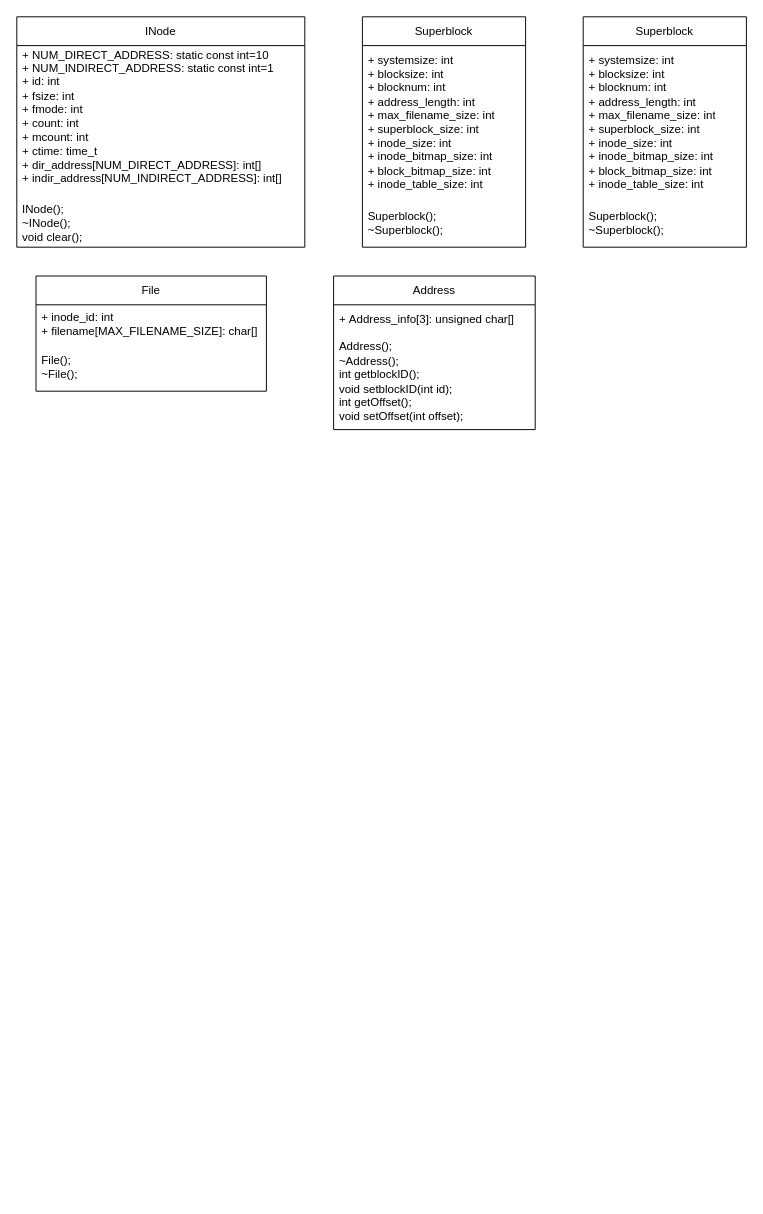
The draw.io diagram Class Diagram.drawio in MinkunZhao/SE_lab1, before the edit. Source tidied: cells renumbered, new cells numbered last; positions are measured from the earlier drawing's top-left corner, leaving out a move shared by most shapes. Both pictures are drawn from the tidied source at 96%, with x=0, y=0 at pixel (16, 16).
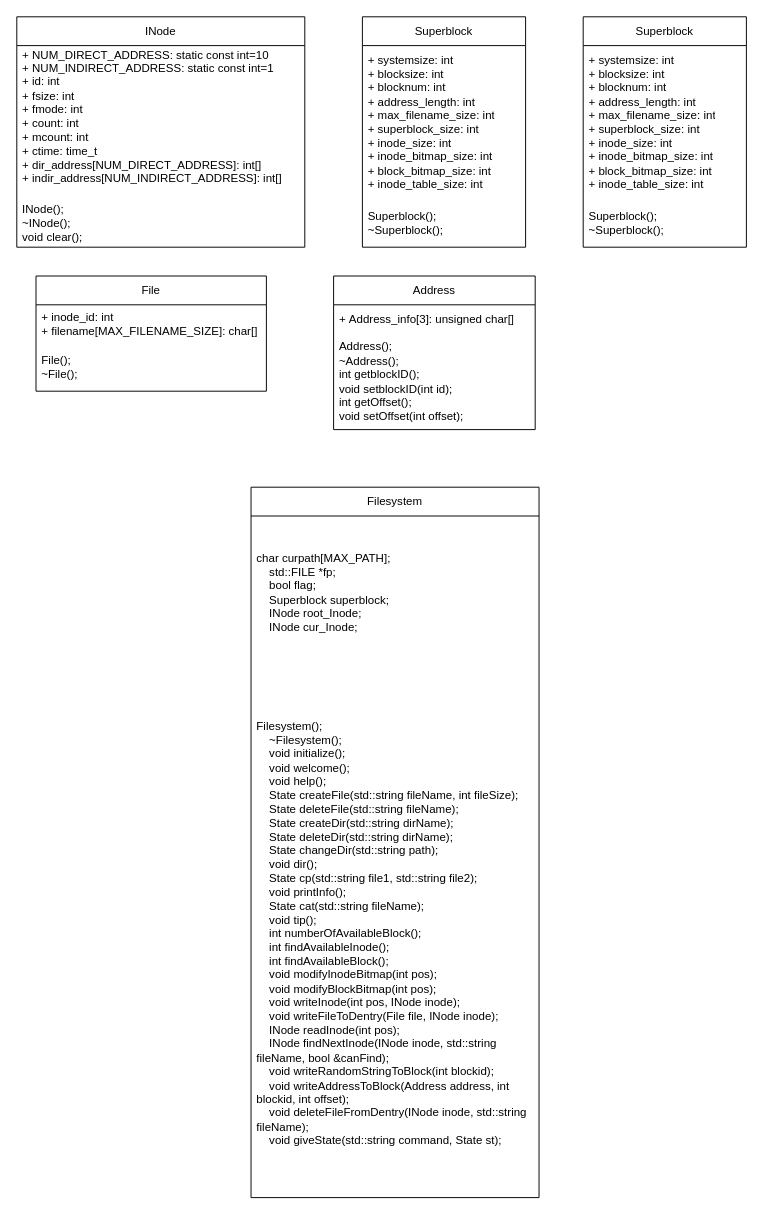
The same page after the edit.

Change to the diagram source:
```diff
@@
 <mxGraphModel>
   <root>
     <mxCell id="0" />
     <mxCell id="1" parent="0" />
     <mxCell id="2" value="INode" style="swimlane;fontStyle=0;horizontal=1;startSize=30;whiteSpace=wrap;html=1;" parent="1" vertex="1">
       <mxGeometry width="300" height="240" as="geometry" />
     </mxCell>
     <mxCell id="3" value="+ NUM_DIRECT_ADDRESS:&amp;nbsp;static const int=10&lt;br&gt;+ NUM_INDIRECT_ADDRESS:&amp;nbsp;static const int=1&lt;br&gt;&lt;div&gt;+ id: int&lt;/div&gt;&lt;div&gt;&lt;span style=&quot;background-color: initial;&quot;&gt;+ fsize: int&lt;/span&gt;&lt;/div&gt;&lt;div&gt;+ fmode: int&lt;/div&gt;&lt;div&gt;+ count: int&lt;/div&gt;&lt;div&gt;+ mcount: int&lt;/div&gt;&lt;div&gt;&lt;span style=&quot;background-color: initial;&quot;&gt;+ ctime: time_t&lt;/span&gt;&lt;/div&gt;&lt;div&gt;&lt;span style=&quot;background-color: initial;&quot;&gt;+ dir_address[NUM_DIRECT_ADDRESS]: int[]&lt;/span&gt;&lt;/div&gt;&lt;div&gt;+ indir_address[NUM_INDIRECT_ADDRESS]: int[]&lt;/div&gt;&lt;div&gt;&lt;br&gt;&lt;/div&gt;" style="text;strokeColor=none;fillColor=none;align=left;verticalAlign=middle;spacingLeft=4;spacingRight=4;overflow=hidden;whiteSpace=wrap;html=1;" parent="2" vertex="1">
       <mxGeometry y="30" width="300" height="160" as="geometry" />
     </mxCell>
     <mxCell id="4" value="INode();&lt;div&gt;~INode();&lt;/div&gt;&lt;div&gt;void clear();&lt;/div&gt;" style="text;strokeColor=none;fillColor=none;align=left;verticalAlign=middle;spacingLeft=4;spacingRight=4;overflow=hidden;whiteSpace=wrap;html=1;" parent="2" vertex="1">
       <mxGeometry y="190" width="300" height="50" as="geometry" />
     </mxCell>
     <mxCell id="5" value="Superblock" style="swimlane;fontStyle=0;horizontal=1;startSize=30;whiteSpace=wrap;html=1;" parent="1" vertex="1">
       <mxGeometry x="360" width="170" height="240" as="geometry" />
     </mxCell>
     <mxCell id="6" value="+ systemsize: int&lt;br&gt;&lt;div&gt;+ blocksize: int&lt;/div&gt;&lt;div&gt;+ blocknum: int&lt;/div&gt;&lt;div&gt;+ address_length: int&lt;/div&gt;&lt;div&gt;+ max_filename_size: int&lt;/div&gt;&lt;div&gt;+ superblock_size: int&lt;/div&gt;&lt;div&gt;+ inode_size: int&lt;/div&gt;&lt;div&gt;+ inode_bitmap_size: int&lt;/div&gt;&lt;div&gt;+ block_bitmap_size: int&lt;/div&gt;&lt;div&gt;+ inode_table_size: int&lt;/div&gt;" style="text;strokeColor=none;fillColor=none;align=left;verticalAlign=middle;spacingLeft=4;spacingRight=4;overflow=hidden;whiteSpace=wrap;html=1;" parent="5" vertex="1">
       <mxGeometry y="30" width="170" height="160" as="geometry" />
     </mxCell>
     <mxCell id="7" value="&lt;div&gt;Superblock();&lt;/div&gt;&lt;div&gt;~Superblock();&lt;/div&gt;" style="text;strokeColor=none;fillColor=none;align=left;verticalAlign=middle;spacingLeft=4;spacingRight=4;overflow=hidden;whiteSpace=wrap;html=1;" parent="5" vertex="1">
       <mxGeometry y="190" width="170" height="50" as="geometry" />
     </mxCell>
     <mxCell id="8" value="Superblock" style="swimlane;fontStyle=0;horizontal=1;startSize=30;whiteSpace=wrap;html=1;" parent="1" vertex="1">
       <mxGeometry x="590" width="170" height="240" as="geometry" />
     </mxCell>
     <mxCell id="9" value="+ systemsize: int&lt;br&gt;&lt;div&gt;+ blocksize: int&lt;/div&gt;&lt;div&gt;+ blocknum: int&lt;/div&gt;&lt;div&gt;+ address_length: int&lt;/div&gt;&lt;div&gt;+ max_filename_size: int&lt;/div&gt;&lt;div&gt;+ superblock_size: int&lt;/div&gt;&lt;div&gt;+ inode_size: int&lt;/div&gt;&lt;div&gt;+ inode_bitmap_size: int&lt;/div&gt;&lt;div&gt;+ block_bitmap_size: int&lt;/div&gt;&lt;div&gt;+ inode_table_size: int&lt;/div&gt;" style="text;strokeColor=none;fillColor=none;align=left;verticalAlign=middle;spacingLeft=4;spacingRight=4;overflow=hidden;whiteSpace=wrap;html=1;" parent="8" vertex="1">
       <mxGeometry y="30" width="170" height="160" as="geometry" />
     </mxCell>
     <mxCell id="10" value="&lt;div&gt;Superblock();&lt;/div&gt;&lt;div&gt;~Superblock();&lt;/div&gt;" style="text;strokeColor=none;fillColor=none;align=left;verticalAlign=middle;spacingLeft=4;spacingRight=4;overflow=hidden;whiteSpace=wrap;html=1;" parent="8" vertex="1">
       <mxGeometry y="190" width="170" height="50" as="geometry" />
     </mxCell>
     <mxCell id="11" value="File" style="swimlane;fontStyle=0;horizontal=1;startSize=30;whiteSpace=wrap;html=1;" parent="1" vertex="1">
       <mxGeometry x="20" y="270" width="240" height="120" as="geometry" />
     </mxCell>
     <mxCell id="12" value="+ inode_id: int&lt;br&gt;&lt;div&gt;+ filename[MAX_FILENAME_SIZE]: char[]&lt;/div&gt;" style="text;strokeColor=none;fillColor=none;align=left;verticalAlign=middle;spacingLeft=4;spacingRight=4;overflow=hidden;whiteSpace=wrap;html=1;" parent="11" vertex="1">
       <mxGeometry y="30" width="240" height="40" as="geometry" />
     </mxCell>
     <mxCell id="13" value="&lt;div&gt;File();&lt;/div&gt;&lt;div&gt;~File();&lt;/div&gt;" style="text;strokeColor=none;fillColor=none;align=left;verticalAlign=middle;spacingLeft=4;spacingRight=4;overflow=hidden;whiteSpace=wrap;html=1;" parent="11" vertex="1">
       <mxGeometry y="70" width="240" height="50" as="geometry" />
     </mxCell>
     <mxCell id="14" value="Address" style="swimlane;fontStyle=0;horizontal=1;startSize=30;whiteSpace=wrap;html=1;" parent="1" vertex="1">
       <mxGeometry x="330" y="270" width="210" height="160" as="geometry" />
     </mxCell>
     <mxCell id="15" value="&lt;span style=&quot;background-color: initial;&quot;&gt;+&amp;nbsp;Address_info&lt;/span&gt;&lt;span style=&quot;background-color: initial;&quot;&gt;[3]: unsigned char[]&lt;/span&gt;" style="text;strokeColor=none;fillColor=none;align=left;verticalAlign=middle;spacingLeft=4;spacingRight=4;overflow=hidden;whiteSpace=wrap;html=1;" parent="14" vertex="1">
       <mxGeometry y="30" width="210" height="30" as="geometry" />
     </mxCell>
     <mxCell id="16" value="&lt;div&gt;Address();&lt;/div&gt;&lt;div&gt;~Address();&lt;span style=&quot;&quot;&gt;&lt;/span&gt;&lt;/div&gt;&lt;div&gt;&lt;span style=&quot;&quot;&gt;int getblockID();&lt;/span&gt;&lt;/div&gt;&lt;div&gt;&lt;span style=&quot;&quot;&gt;void setblockID(int id);&lt;/span&gt;&lt;/div&gt;&lt;div&gt;&lt;span style=&quot;&quot;&gt;int getOffset();&lt;/span&gt;&lt;/div&gt;&lt;div&gt;&lt;span style=&quot;&quot;&gt;void setOffset(int offset);&lt;/span&gt;&lt;/div&gt;" style="text;strokeColor=none;fillColor=none;align=left;verticalAlign=middle;spacingLeft=4;spacingRight=4;overflow=hidden;whiteSpace=wrap;html=1;" parent="14" vertex="1">
       <mxGeometry y="60" width="210" height="100" as="geometry" />
     </mxCell>
+    <mxCell id="17" value="Filesystem" style="swimlane;fontStyle=0;horizontal=1;startSize=30;whiteSpace=wrap;html=1;" parent="1" vertex="1">
+      <mxGeometry x="244" y="490" width="300" height="740" as="geometry" />
+    </mxCell>
+    <mxCell id="18" value="&lt;div&gt;char curpath[MAX_PATH];&lt;/div&gt;&lt;div&gt;&amp;nbsp; &amp;nbsp; std::FILE *fp;&lt;/div&gt;&lt;div&gt;&amp;nbsp; &amp;nbsp; bool flag;&lt;/div&gt;&lt;div&gt;&amp;nbsp; &amp;nbsp; Superblock superblock;&lt;/div&gt;&lt;div&gt;&amp;nbsp; &amp;nbsp; INode root_Inode;&lt;/div&gt;&lt;div&gt;&amp;nbsp; &amp;nbsp; INode cur_Inode;&lt;/div&gt;" style="text;strokeColor=none;fillColor=none;align=left;verticalAlign=middle;spacingLeft=4;spacingRight=4;overflow=hidden;whiteSpace=wrap;html=1;" parent="17" vertex="1">
+      <mxGeometry y="30" width="300" height="160" as="geometry" />
+    </mxCell>
+    <mxCell id="19" value="&lt;div&gt;Filesystem();&lt;/div&gt;&lt;div&gt;&amp;nbsp; &amp;nbsp; ~Filesystem();&lt;/div&gt;&lt;div&gt;&amp;nbsp; &amp;nbsp; void initialize();&lt;/div&gt;&lt;div&gt;&amp;nbsp; &amp;nbsp; void welcome();&lt;/div&gt;&lt;div&gt;&amp;nbsp; &amp;nbsp; void help();&lt;/div&gt;&lt;div&gt;&amp;nbsp; &amp;nbsp; State createFile(std::string fileName, int fileSize);&lt;/div&gt;&lt;div&gt;&amp;nbsp; &amp;nbsp; State deleteFile(std::string fileName);&lt;/div&gt;&lt;div&gt;&amp;nbsp; &amp;nbsp; State createDir(std::string dirName);&lt;/div&gt;&lt;div&gt;&amp;nbsp; &amp;nbsp; State deleteDir(std::string dirName);&lt;/div&gt;&lt;div&gt;&amp;nbsp; &amp;nbsp; State changeDir(std::string path);&lt;/div&gt;&lt;div&gt;&amp;nbsp; &amp;nbsp; void dir();&lt;/div&gt;&lt;div&gt;&amp;nbsp; &amp;nbsp; State cp(std::string file1, std::string file2);&lt;/div&gt;&lt;div&gt;&amp;nbsp; &amp;nbsp; void printInfo();&lt;/div&gt;&lt;div&gt;&amp;nbsp; &amp;nbsp; State cat(std::string fileName);&lt;/div&gt;&lt;div&gt;&amp;nbsp; &amp;nbsp; void tip();&lt;/div&gt;&lt;div&gt;&amp;nbsp; &amp;nbsp; int numberOfAvailableBlock();&lt;/div&gt;&lt;div&gt;&amp;nbsp; &amp;nbsp; int findAvailableInode();&lt;/div&gt;&lt;div&gt;&amp;nbsp; &amp;nbsp; int findAvailableBlock();&lt;/div&gt;&lt;div&gt;&amp;nbsp; &amp;nbsp; void modifyInodeBitmap(int pos);&lt;/div&gt;&lt;div&gt;&amp;nbsp; &amp;nbsp; void modifyBlockBitmap(int pos);&lt;/div&gt;&lt;div&gt;&amp;nbsp; &amp;nbsp; void writeInode(int pos, INode inode);&lt;/div&gt;&lt;div&gt;&amp;nbsp; &amp;nbsp; void writeFileToDentry(File file, INode inode);&lt;/div&gt;&lt;div&gt;&amp;nbsp; &amp;nbsp; INode readInode(int pos);&lt;/div&gt;&lt;div&gt;&amp;nbsp; &amp;nbsp; INode findNextInode(INode inode, std::string fileName, bool &amp;amp;canFind);&lt;/div&gt;&lt;div&gt;&amp;nbsp; &amp;nbsp; void writeRandomStringToBlock(int blockid);&lt;/div&gt;&lt;div&gt;&amp;nbsp; &amp;nbsp; void writeAddressToBlock(Address address, int blockid, int offset);&lt;/div&gt;&lt;div&gt;&amp;nbsp; &amp;nbsp; void deleteFileFromDentry(INode inode, std::string fileName);&lt;/div&gt;&lt;div&gt;&amp;nbsp; &amp;nbsp; void giveState(std::string command, State st);&lt;/div&gt;" style="text;strokeColor=none;fillColor=none;align=left;verticalAlign=middle;spacingLeft=4;spacingRight=4;overflow=hidden;whiteSpace=wrap;html=1;" parent="17" vertex="1">
+      <mxGeometry y="190" width="300" height="550" as="geometry" />
+    </mxCell>
   </root>
 </mxGraphModel>
```
